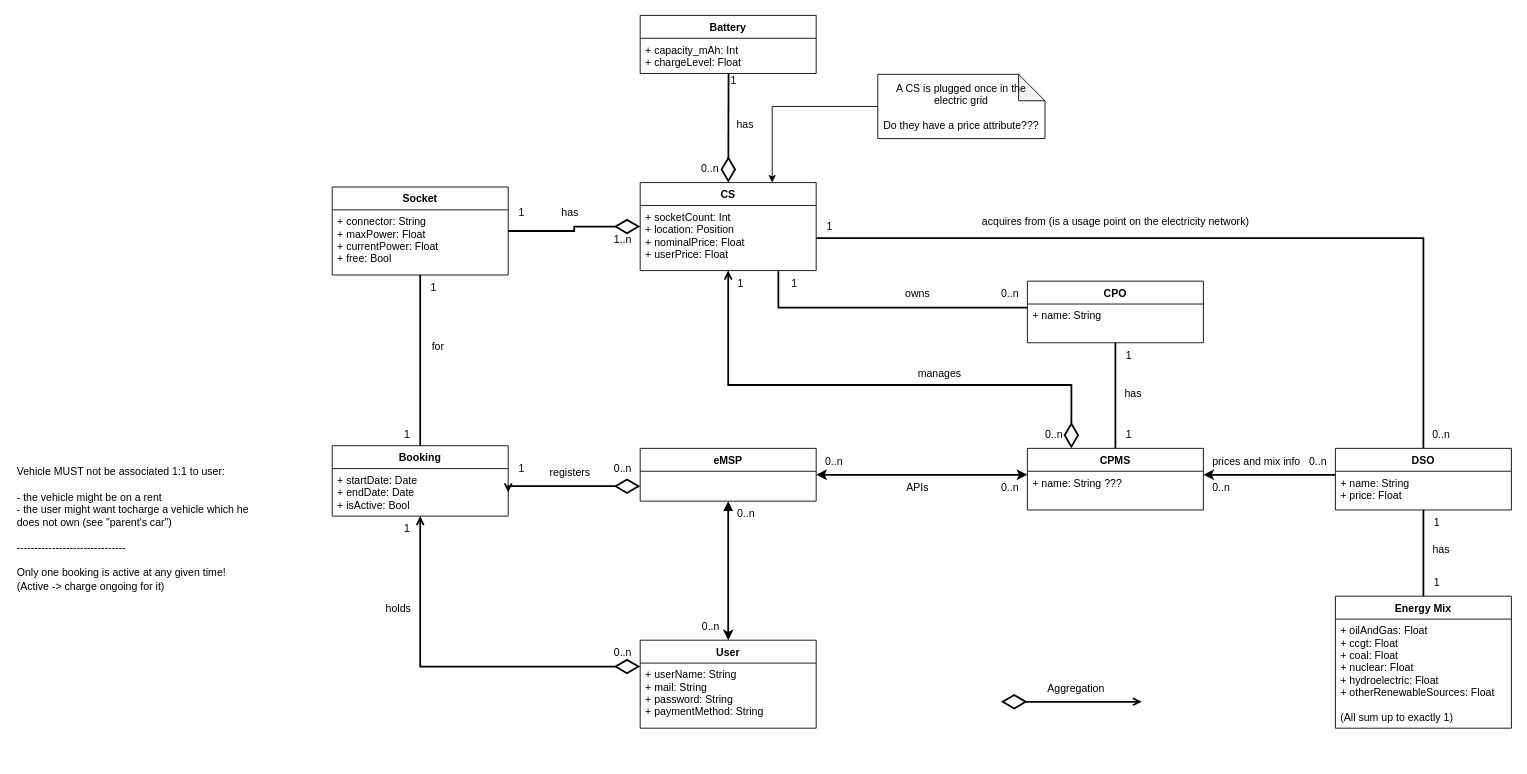
Before: RASD/UML.drawio in EMJzero/SoftwareEngineeringII-project, a draw.io diagram. Source tidied: cells renumbered, new cells numbered last; positions are measured from the earlier drawing's top-left corner, leaving out a move shared by most shapes. Both pictures are drawn from the tidied source at 88%, with x=0, y=0 at pixel (15, 15).
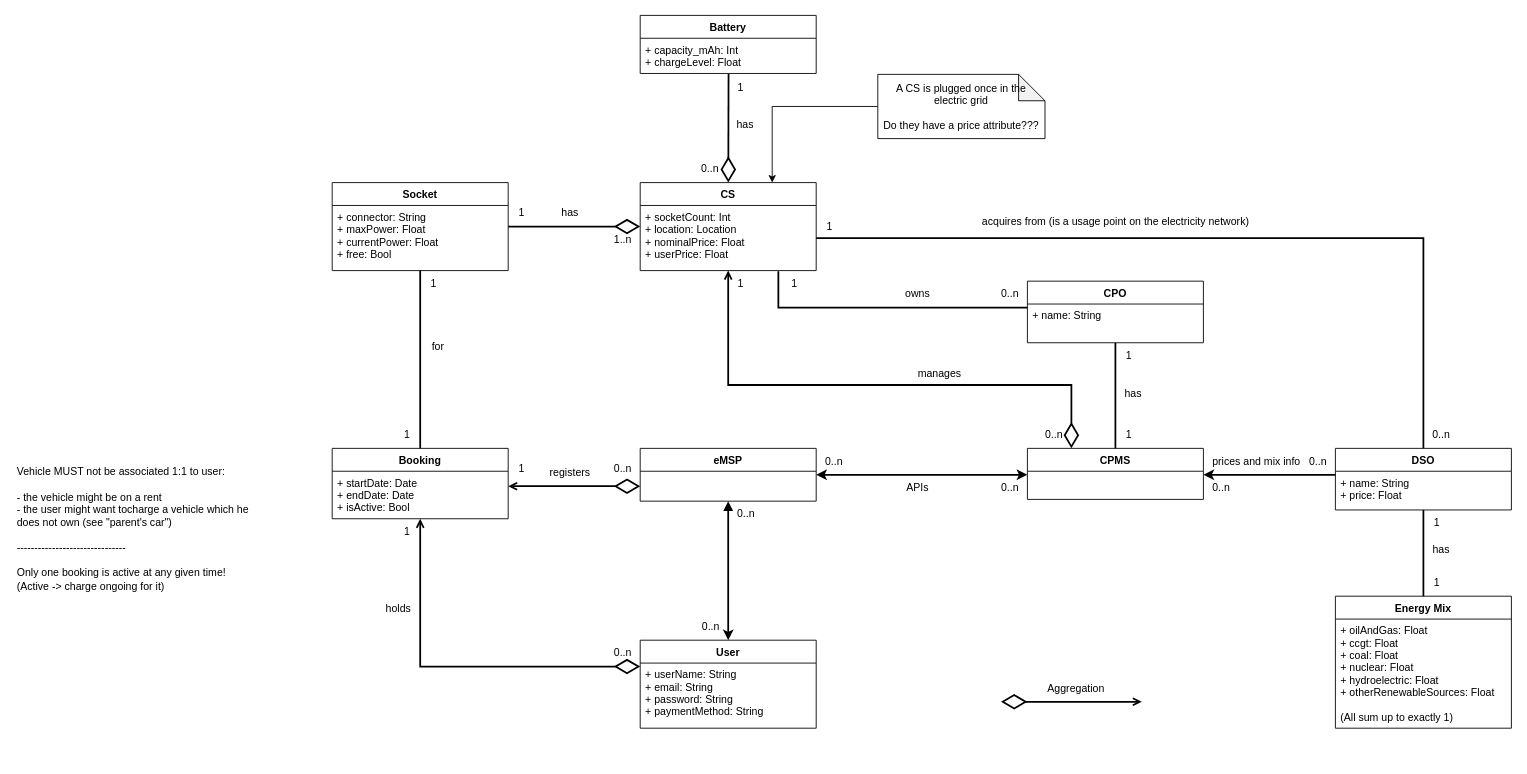
The same diagram, later.

Commit message (it also covers changes not shown here):
added SequenceDiagrams and updated Latex

The change refers to these unchanged cells:
```xml
<mxCell id="25" value="CS" style="swimlane;fontStyle=1;horizontal=1;startSize=26;fillColor=none;" parent="1" vertex="1">
  <mxGeometry x="710" y="190" width="200" height="100" as="geometry" />
</mxCell>
<mxCell id="38" value="+ startDate: Date&#10;+ endDate: Date&#10;+ isActive: Bool&#10;" style="text;strokeColor=none;fillColor=none;align=left;verticalAlign=top;spacingLeft=4;spacingRight=4;overflow=hidden;points=[[0,0.5],[1,0.5]];portConstraint=eastwest;" parent="37" vertex="1">
  <mxGeometry y="26" width="200" height="54" as="geometry" />
</mxCell>
<mxCell id="75" value="User" style="swimlane;fontStyle=1;horizontal=1;startSize=26;fillColor=none;" parent="1" vertex="1">
  <mxGeometry x="710" y="710" width="200" height="100" as="geometry" />
</mxCell>
```

The edit, as a diff of the source:
```diff
@@
-    <mxCell id="26" value="+ socketCount: Int&#10;+ location: Position&#10;+ nominalPrice: Float&#10;+ userPrice: Float" style="text;strokeColor=none;fillColor=none;align=left;verticalAlign=top;spacingLeft=4;spacingRight=4;overflow=hidden;points=[[0,0.5],[1,0.5]];portConstraint=eastwest;" parent="25" vertex="1">
+    <mxCell id="26" value="+ socketCount: Int&#10;+ location: Location&#10;+ nominalPrice: Float&#10;+ userPrice: Float" style="text;strokeColor=none;fillColor=none;align=left;verticalAlign=top;spacingLeft=4;spacingRight=4;overflow=hidden;points=[[0,0.5],[1,0.5]];portConstraint=eastwest;" parent="25" vertex="1">
       <mxGeometry y="26" width="200" height="74" as="geometry" />
     </mxCell>
@@
     <mxCell id="33" value="CPMS" style="swimlane;fontStyle=1;horizontal=1;startSize=26;fillColor=none;" parent="1" vertex="1">
-      <mxGeometry x="1150" y="492" width="200" height="70" as="geometry" />
+      <mxGeometry x="1150" y="492" width="200" height="58" as="geometry" />
     </mxCell>
-    <mxCell id="34" value="+ name: String ???" style="text;strokeColor=none;fillColor=none;align=left;verticalAlign=top;spacingLeft=4;spacingRight=4;overflow=hidden;" parent="33" vertex="1">
-      <mxGeometry y="26" width="200" height="44" as="geometry" />
-    </mxCell>
@@
     <mxCell id="37" value="Booking" style="swimlane;fontStyle=1;horizontal=1;startSize=26;fillColor=none;" parent="1" vertex="1">
-      <mxGeometry x="360" y="489" width="200" height="80" as="geometry" />
+      <mxGeometry x="360" y="492" width="200" height="80" as="geometry" />
     </mxCell>
@@
     <mxCell id="39" value="Socket" style="swimlane;fontStyle=1;horizontal=1;startSize=26;fillColor=none;" parent="1" vertex="1">
-      <mxGeometry x="360" y="195" width="200" height="100" as="geometry" />
+      <mxGeometry x="360" y="190" width="200" height="100" as="geometry" />
     </mxCell>
@@
     <mxCell id="42" value="1" style="text;html=1;align=center;verticalAlign=middle;strokeColor=none;fillColor=none;" parent="1" vertex="1">
-      <mxGeometry x="430" y="569" width="30" height="30" as="geometry" />
+      <mxGeometry x="430" y="572" width="30" height="30" as="geometry" />
     </mxCell>
@@
     <mxCell id="49" value="1" style="text;html=1;align=center;verticalAlign=middle;strokeColor=none;fillColor=none;" parent="1" vertex="1">
-      <mxGeometry x="460" y="295" width="30" height="30" as="geometry" />
+      <mxGeometry x="460" y="290" width="30" height="30" as="geometry" />
     </mxCell>
@@
-    <mxCell id="51" style="edgeStyle=orthogonalEdgeStyle;rounded=0;jettySize=auto;html=1;strokeWidth=2;endArrow=diamondThin;endFill=0;startSize=6;endSize=24;sourcePerimeterSpacing=0;targetPerimeterSpacing=0;startArrow=open;startFill=0;entryX=0;entryY=0.5;entryDx=0;entryDy=0;exitX=1;exitY=0.5;exitDx=0;exitDy=0;" parent="1" edge="1" source="38">
+    <mxCell id="51" style="edgeStyle=orthogonalEdgeStyle;rounded=0;orthogonalLoop=1;jettySize=auto;html=1;strokeWidth=2;endArrow=diamondThin;endFill=0;startSize=6;endSize=24;sourcePerimeterSpacing=0;targetPerimeterSpacing=0;startArrow=open;startFill=0;entryX=0;entryY=0.5;entryDx=0;entryDy=0;" parent="1" edge="1">
       <mxGeometry relative="1" as="geometry">
+        <mxPoint x="560" y="535" as="sourcePoint" />
         <mxPoint x="710" y="535" as="targetPoint" />
-        <Array as="points">
-          <mxPoint x="560" y="535" />
-        </Array>
       </mxGeometry>
     </mxCell>
@@
     <mxCell id="64" value="1" style="text;html=1;align=center;verticalAlign=middle;strokeColor=none;fillColor=none;" parent="1" vertex="1">
-      <mxGeometry x="801.2" y="60" width="30" height="30" as="geometry" />
+      <mxGeometry x="808.8" y="67" width="30" height="30" as="geometry" />
     </mxCell>
@@
-    <mxCell id="76" value="+ userName: String&#10;+ mail: String&#10;+ password: String&#10;+ paymentMethod: String&#10;" style="text;strokeColor=none;fillColor=none;align=left;verticalAlign=top;spacingLeft=4;spacingRight=4;overflow=hidden;" parent="75" vertex="1">
+    <mxCell id="76" value="+ userName: String&#10;+ email: String&#10;+ password: String&#10;+ paymentMethod: String&#10;" style="text;strokeColor=none;fillColor=none;align=left;verticalAlign=top;spacingLeft=4;spacingRight=4;overflow=hidden;" parent="75" vertex="1">
       <mxGeometry y="26" width="200" height="74" as="geometry" />
     </mxCell>
```
